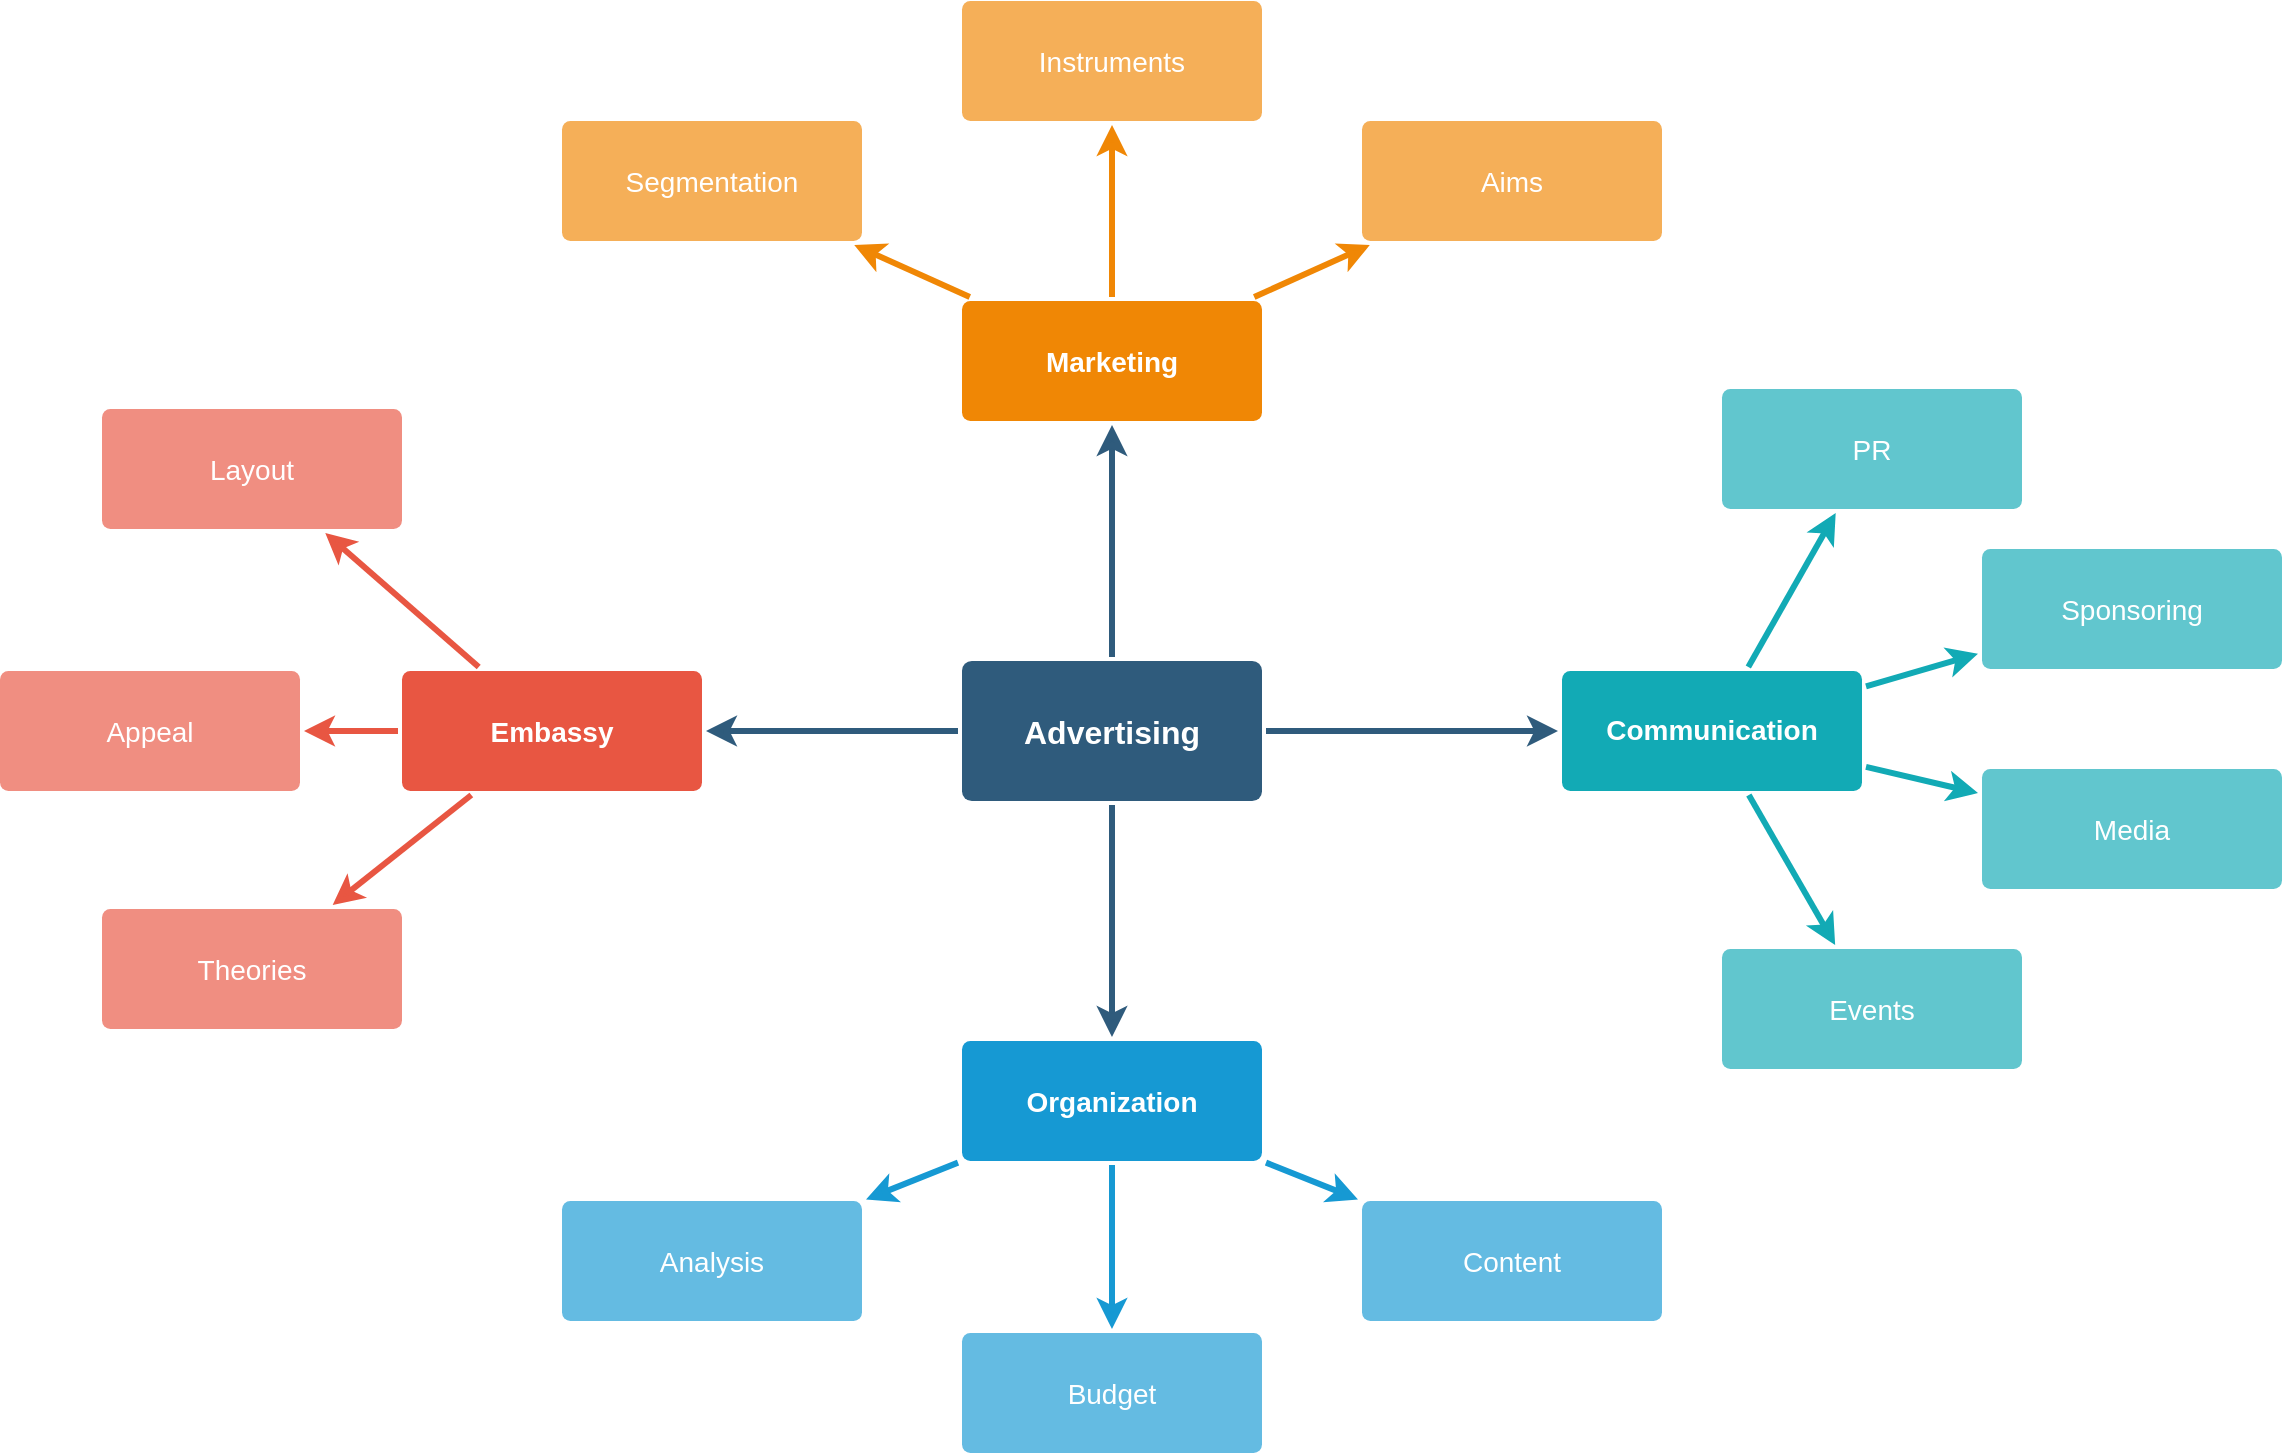
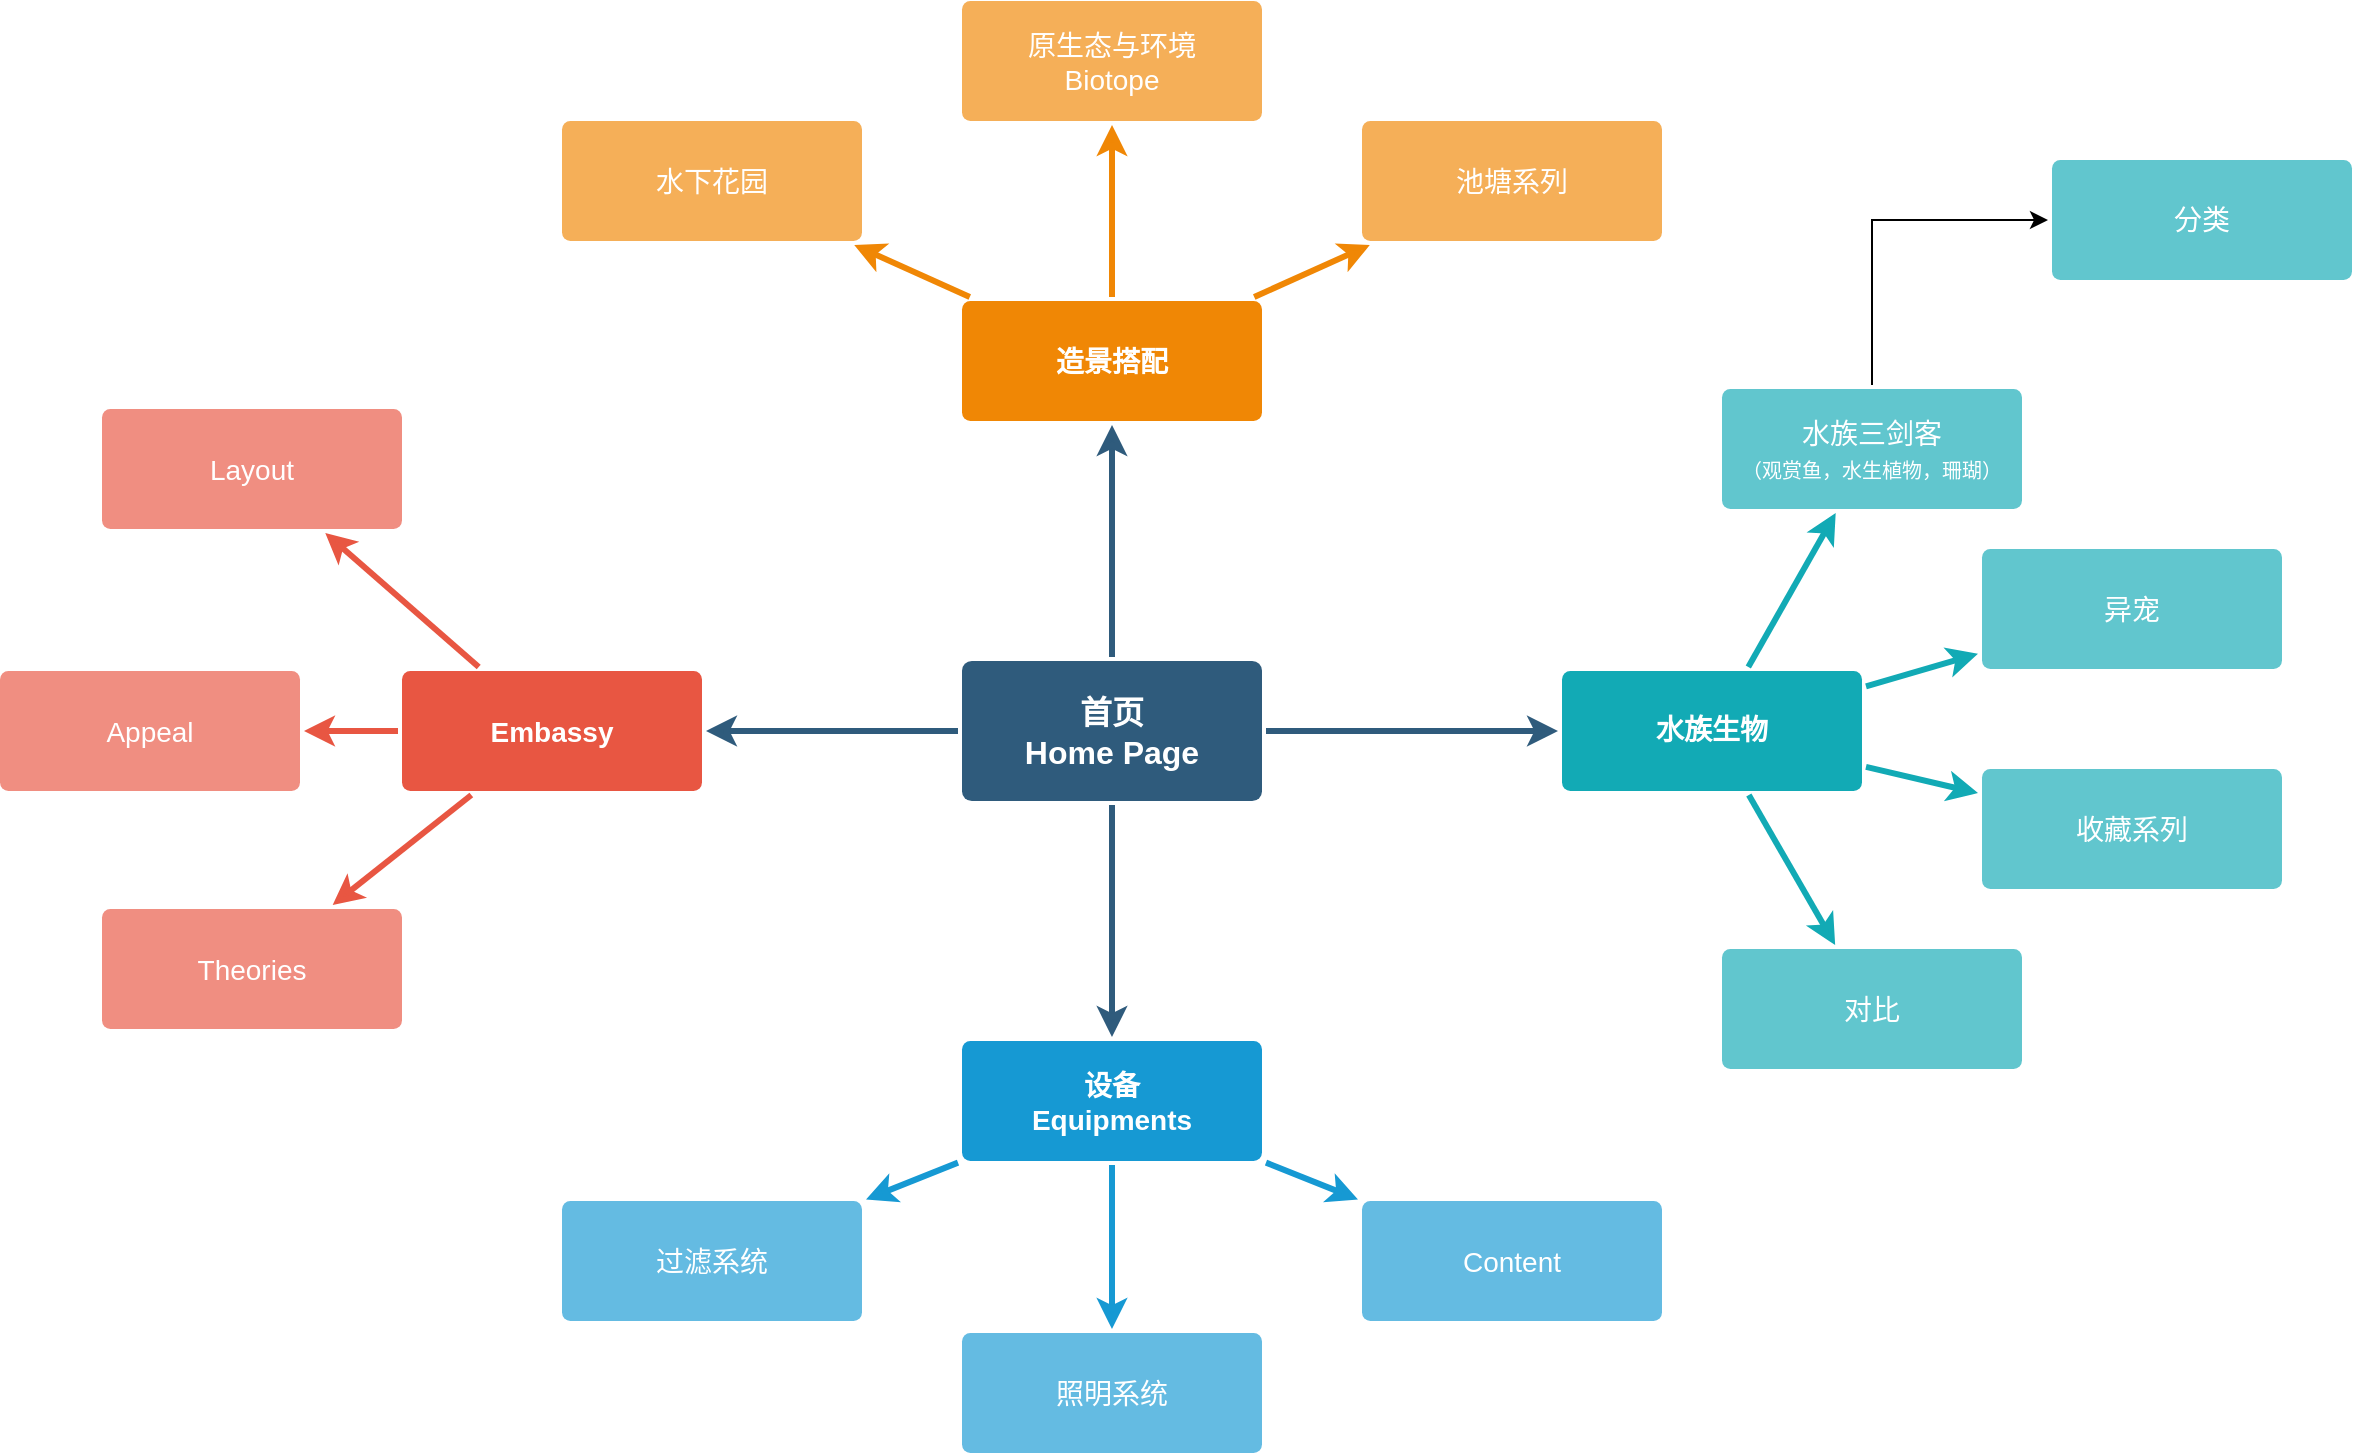
<mxfile host="app.diagrams.net" agent="Mozilla/5.0 (Windows NT 10.0; Win64; x64) AppleWebKit/537.36 (KHTML, like Gecko) Chrome/142.0.0.0 Safari/537.36 Edg/142.0.0.0" version="29.2.3">
  <diagram id="6a731a19-8d31-9384-78a2-239565b7b9f0" name="Page-1">
-     <mxGraphModel dx="1408" dy="748" grid="1" gridSize="10" guides="1" tooltips="1" connect="1" arrows="1" fold="1" page="1" pageScale="1" pageWidth="1169" pageHeight="827" background="none" math="0" shadow="0">
+     <mxGraphModel dx="1615" dy="897" grid="1" gridSize="10" guides="1" tooltips="1" connect="1" arrows="1" fold="1" page="1" pageScale="1" pageWidth="1169" pageHeight="827" background="none" math="0" shadow="0">
      <root>
        <mxCell id="0" />
        <mxCell id="1" parent="0" />
-         <mxCell id="1745" value="" style="edgeStyle=none;rounded=0;jumpStyle=none;html=1;shadow=0;labelBackgroundColor=none;startArrow=none;startFill=0;endArrow=classic;endFill=1;jettySize=auto;orthogonalLoop=1;strokeColor=#2F5B7C;strokeWidth=3;fontFamily=Helvetica;fontSize=16;fontColor=#23445D;spacing=5;" parent="1" source="1749" target="1764" edge="1">
+         <mxCell id="1745" edge="1" parent="1" source="1749" style="edgeStyle=none;rounded=0;jumpStyle=none;html=1;shadow=0;labelBackgroundColor=none;startArrow=none;startFill=0;endArrow=classic;endFill=1;jettySize=auto;orthogonalLoop=1;strokeColor=#2F5B7C;strokeWidth=3;fontFamily=Helvetica;fontSize=16;fontColor=#23445D;spacing=5;" target="1764" value="">
          <mxGeometry relative="1" as="geometry" />
        </mxCell>
-         <mxCell id="1746" value="" style="edgeStyle=none;rounded=0;jumpStyle=none;html=1;shadow=0;labelBackgroundColor=none;startArrow=none;startFill=0;endArrow=classic;endFill=1;jettySize=auto;orthogonalLoop=1;strokeColor=#2F5B7C;strokeWidth=3;fontFamily=Helvetica;fontSize=16;fontColor=#23445D;spacing=5;" parent="1" source="1749" target="1771" edge="1">
+         <mxCell id="1746" edge="1" parent="1" source="1749" style="edgeStyle=none;rounded=0;jumpStyle=none;html=1;shadow=0;labelBackgroundColor=none;startArrow=none;startFill=0;endArrow=classic;endFill=1;jettySize=auto;orthogonalLoop=1;strokeColor=#2F5B7C;strokeWidth=3;fontFamily=Helvetica;fontSize=16;fontColor=#23445D;spacing=5;" target="1771" value="">
          <mxGeometry relative="1" as="geometry" />
        </mxCell>
-         <mxCell id="1747" value="" style="edgeStyle=none;rounded=0;jumpStyle=none;html=1;shadow=0;labelBackgroundColor=none;startArrow=none;startFill=0;endArrow=classic;endFill=1;jettySize=auto;orthogonalLoop=1;strokeColor=#2F5B7C;strokeWidth=3;fontFamily=Helvetica;fontSize=16;fontColor=#23445D;spacing=5;" parent="1" source="1749" target="1760" edge="1">
+         <mxCell id="1747" edge="1" parent="1" source="1749" style="edgeStyle=none;rounded=0;jumpStyle=none;html=1;shadow=0;labelBackgroundColor=none;startArrow=none;startFill=0;endArrow=classic;endFill=1;jettySize=auto;orthogonalLoop=1;strokeColor=#2F5B7C;strokeWidth=3;fontFamily=Helvetica;fontSize=16;fontColor=#23445D;spacing=5;" target="1760" value="">
          <mxGeometry relative="1" as="geometry" />
        </mxCell>
-         <mxCell id="1748" value="" style="edgeStyle=none;rounded=0;jumpStyle=none;html=1;shadow=0;labelBackgroundColor=none;startArrow=none;startFill=0;endArrow=classic;endFill=1;jettySize=auto;orthogonalLoop=1;strokeColor=#2F5B7C;strokeWidth=3;fontFamily=Helvetica;fontSize=16;fontColor=#23445D;spacing=5;" parent="1" source="1749" target="1753" edge="1">
+         <mxCell id="1748" edge="1" parent="1" source="1749" style="edgeStyle=none;rounded=0;jumpStyle=none;html=1;shadow=0;labelBackgroundColor=none;startArrow=none;startFill=0;endArrow=classic;endFill=1;jettySize=auto;orthogonalLoop=1;strokeColor=#2F5B7C;strokeWidth=3;fontFamily=Helvetica;fontSize=16;fontColor=#23445D;spacing=5;" target="1753" value="">
          <mxGeometry relative="1" as="geometry" />
        </mxCell>
-         <mxCell id="1749" value="Advertising" style="rounded=1;whiteSpace=wrap;html=1;shadow=0;labelBackgroundColor=none;strokeColor=none;strokeWidth=3;fillColor=#2F5B7C;fontFamily=Helvetica;fontSize=16;fontColor=#FFFFFF;align=center;fontStyle=1;spacing=5;arcSize=7;perimeterSpacing=2;" parent="1" vertex="1">
-           <mxGeometry x="495" y="380.5" width="150" height="70" as="geometry" />
+         <mxCell id="1749" parent="1" style="rounded=1;whiteSpace=wrap;html=1;shadow=0;labelBackgroundColor=none;strokeColor=none;strokeWidth=3;fillColor=#2F5B7C;fontFamily=Helvetica;fontSize=16;fontColor=#FFFFFF;align=center;fontStyle=1;spacing=5;arcSize=7;perimeterSpacing=2;" value="首页&lt;div&gt;Home Page&lt;/div&gt;" vertex="1">
+           <mxGeometry height="70" width="150" x="495" y="380.5" as="geometry" />
        </mxCell>
-         <mxCell id="1750" value="" style="edgeStyle=none;rounded=1;jumpStyle=none;html=1;shadow=0;labelBackgroundColor=none;startArrow=none;startFill=0;jettySize=auto;orthogonalLoop=1;strokeColor=#E85642;strokeWidth=3;fontFamily=Helvetica;fontSize=14;fontColor=#FFFFFF;spacing=5;fontStyle=1;fillColor=#b0e3e6;" parent="1" source="1753" target="1756" edge="1">
+         <mxCell id="1750" edge="1" parent="1" source="1753" style="edgeStyle=none;rounded=1;jumpStyle=none;html=1;shadow=0;labelBackgroundColor=none;startArrow=none;startFill=0;jettySize=auto;orthogonalLoop=1;strokeColor=#E85642;strokeWidth=3;fontFamily=Helvetica;fontSize=14;fontColor=#FFFFFF;spacing=5;fontStyle=1;fillColor=#b0e3e6;" target="1756" value="">
          <mxGeometry relative="1" as="geometry" />
        </mxCell>
-         <mxCell id="1751" value="" style="edgeStyle=none;rounded=1;jumpStyle=none;html=1;shadow=0;labelBackgroundColor=none;startArrow=none;startFill=0;jettySize=auto;orthogonalLoop=1;strokeColor=#E85642;strokeWidth=3;fontFamily=Helvetica;fontSize=14;fontColor=#FFFFFF;spacing=5;fontStyle=1;fillColor=#b0e3e6;" parent="1" source="1753" target="1755" edge="1">
+         <mxCell id="1751" edge="1" parent="1" source="1753" style="edgeStyle=none;rounded=1;jumpStyle=none;html=1;shadow=0;labelBackgroundColor=none;startArrow=none;startFill=0;jettySize=auto;orthogonalLoop=1;strokeColor=#E85642;strokeWidth=3;fontFamily=Helvetica;fontSize=14;fontColor=#FFFFFF;spacing=5;fontStyle=1;fillColor=#b0e3e6;" target="1755" value="">
          <mxGeometry relative="1" as="geometry" />
        </mxCell>
-         <mxCell id="1752" value="" style="edgeStyle=none;rounded=1;jumpStyle=none;html=1;shadow=0;labelBackgroundColor=none;startArrow=none;startFill=0;jettySize=auto;orthogonalLoop=1;strokeColor=#E85642;strokeWidth=3;fontFamily=Helvetica;fontSize=14;fontColor=#FFFFFF;spacing=5;fontStyle=1;fillColor=#b0e3e6;" parent="1" source="1753" target="1754" edge="1">
+         <mxCell id="1752" edge="1" parent="1" source="1753" style="edgeStyle=none;rounded=1;jumpStyle=none;html=1;shadow=0;labelBackgroundColor=none;startArrow=none;startFill=0;jettySize=auto;orthogonalLoop=1;strokeColor=#E85642;strokeWidth=3;fontFamily=Helvetica;fontSize=14;fontColor=#FFFFFF;spacing=5;fontStyle=1;fillColor=#b0e3e6;" target="1754" value="">
          <mxGeometry relative="1" as="geometry" />
        </mxCell>
-         <mxCell id="1753" value="Embassy" style="rounded=1;whiteSpace=wrap;html=1;shadow=0;labelBackgroundColor=none;strokeColor=none;strokeWidth=3;fillColor=#e85642;fontFamily=Helvetica;fontSize=14;fontColor=#FFFFFF;align=center;spacing=5;fontStyle=1;arcSize=7;perimeterSpacing=2;" parent="1" vertex="1">
-           <mxGeometry x="215" y="385.5" width="150" height="60" as="geometry" />
+         <mxCell id="1753" parent="1" style="rounded=1;whiteSpace=wrap;html=1;shadow=0;labelBackgroundColor=none;strokeColor=none;strokeWidth=3;fillColor=#e85642;fontFamily=Helvetica;fontSize=14;fontColor=#FFFFFF;align=center;spacing=5;fontStyle=1;arcSize=7;perimeterSpacing=2;" value="Embassy" vertex="1">
+           <mxGeometry height="60" width="150" x="215" y="385.5" as="geometry" />
        </mxCell>
-         <mxCell id="1754" value="Theories" style="rounded=1;whiteSpace=wrap;html=1;shadow=0;labelBackgroundColor=none;strokeColor=none;strokeWidth=3;fillColor=#f08e81;fontFamily=Helvetica;fontSize=14;fontColor=#FFFFFF;align=center;spacing=5;fontStyle=0;arcSize=7;perimeterSpacing=2;" parent="1" vertex="1">
-           <mxGeometry x="65" y="504.5" width="150" height="60" as="geometry" />
+         <mxCell id="1754" parent="1" style="rounded=1;whiteSpace=wrap;html=1;shadow=0;labelBackgroundColor=none;strokeColor=none;strokeWidth=3;fillColor=#f08e81;fontFamily=Helvetica;fontSize=14;fontColor=#FFFFFF;align=center;spacing=5;fontStyle=0;arcSize=7;perimeterSpacing=2;" value="Theories" vertex="1">
+           <mxGeometry height="60" width="150" x="65" y="504.5" as="geometry" />
        </mxCell>
-         <mxCell id="1755" value="Appeal" style="rounded=1;whiteSpace=wrap;html=1;shadow=0;labelBackgroundColor=none;strokeColor=none;strokeWidth=3;fillColor=#f08e81;fontFamily=Helvetica;fontSize=14;fontColor=#FFFFFF;align=center;spacing=5;fontStyle=0;arcSize=7;perimeterSpacing=2;" parent="1" vertex="1">
-           <mxGeometry x="14" y="385.5" width="150" height="60" as="geometry" />
+         <mxCell id="1755" parent="1" style="rounded=1;whiteSpace=wrap;html=1;shadow=0;labelBackgroundColor=none;strokeColor=none;strokeWidth=3;fillColor=#f08e81;fontFamily=Helvetica;fontSize=14;fontColor=#FFFFFF;align=center;spacing=5;fontStyle=0;arcSize=7;perimeterSpacing=2;" value="Appeal" vertex="1">
+           <mxGeometry height="60" width="150" x="14" y="385.5" as="geometry" />
        </mxCell>
-         <mxCell id="1756" value="Layout" style="rounded=1;whiteSpace=wrap;html=1;shadow=0;labelBackgroundColor=none;strokeColor=none;strokeWidth=3;fillColor=#f08e81;fontFamily=Helvetica;fontSize=14;fontColor=#FFFFFF;align=center;spacing=5;fontStyle=0;arcSize=7;perimeterSpacing=2;" parent="1" vertex="1">
-           <mxGeometry x="65" y="254.5" width="150" height="60" as="geometry" />
+         <mxCell id="1756" parent="1" style="rounded=1;whiteSpace=wrap;html=1;shadow=0;labelBackgroundColor=none;strokeColor=none;strokeWidth=3;fillColor=#f08e81;fontFamily=Helvetica;fontSize=14;fontColor=#FFFFFF;align=center;spacing=5;fontStyle=0;arcSize=7;perimeterSpacing=2;" value="Layout" vertex="1">
+           <mxGeometry height="60" width="150" x="65" y="254.5" as="geometry" />
        </mxCell>
-         <mxCell id="1757" value="" style="edgeStyle=none;rounded=0;jumpStyle=none;html=1;shadow=0;labelBackgroundColor=none;startArrow=none;startFill=0;endArrow=classic;endFill=1;jettySize=auto;orthogonalLoop=1;strokeColor=#1699D3;strokeWidth=3;fontFamily=Helvetica;fontSize=14;fontColor=#FFFFFF;spacing=5;" parent="1" source="1760" target="1763" edge="1">
+         <mxCell id="1757" edge="1" parent="1" source="1760" style="edgeStyle=none;rounded=0;jumpStyle=none;html=1;shadow=0;labelBackgroundColor=none;startArrow=none;startFill=0;endArrow=classic;endFill=1;jettySize=auto;orthogonalLoop=1;strokeColor=#1699D3;strokeWidth=3;fontFamily=Helvetica;fontSize=14;fontColor=#FFFFFF;spacing=5;" target="1763" value="">
          <mxGeometry relative="1" as="geometry" />
        </mxCell>
-         <mxCell id="1758" value="" style="edgeStyle=none;rounded=0;jumpStyle=none;html=1;shadow=0;labelBackgroundColor=none;startArrow=none;startFill=0;endArrow=classic;endFill=1;jettySize=auto;orthogonalLoop=1;strokeColor=#1699D3;strokeWidth=3;fontFamily=Helvetica;fontSize=14;fontColor=#FFFFFF;spacing=5;" parent="1" source="1760" target="1762" edge="1">
+         <mxCell id="1758" edge="1" parent="1" source="1760" style="edgeStyle=none;rounded=0;jumpStyle=none;html=1;shadow=0;labelBackgroundColor=none;startArrow=none;startFill=0;endArrow=classic;endFill=1;jettySize=auto;orthogonalLoop=1;strokeColor=#1699D3;strokeWidth=3;fontFamily=Helvetica;fontSize=14;fontColor=#FFFFFF;spacing=5;" target="1762" value="">
          <mxGeometry relative="1" as="geometry" />
        </mxCell>
-         <mxCell id="1759" value="" style="edgeStyle=none;rounded=0;jumpStyle=none;html=1;shadow=0;labelBackgroundColor=none;startArrow=none;startFill=0;endArrow=classic;endFill=1;jettySize=auto;orthogonalLoop=1;strokeColor=#1699D3;strokeWidth=3;fontFamily=Helvetica;fontSize=14;fontColor=#FFFFFF;spacing=5;" parent="1" source="1760" target="1761" edge="1">
+         <mxCell id="1759" edge="1" parent="1" source="1760" style="edgeStyle=none;rounded=0;jumpStyle=none;html=1;shadow=0;labelBackgroundColor=none;startArrow=none;startFill=0;endArrow=classic;endFill=1;jettySize=auto;orthogonalLoop=1;strokeColor=#1699D3;strokeWidth=3;fontFamily=Helvetica;fontSize=14;fontColor=#FFFFFF;spacing=5;" target="1761" value="">
          <mxGeometry relative="1" as="geometry" />
        </mxCell>
-         <mxCell id="1760" value="Organization" style="rounded=1;whiteSpace=wrap;html=1;shadow=0;labelBackgroundColor=none;strokeColor=none;strokeWidth=3;fillColor=#1699d3;fontFamily=Helvetica;fontSize=14;fontColor=#FFFFFF;align=center;spacing=5;fontStyle=1;arcSize=7;perimeterSpacing=2;" parent="1" vertex="1">
-           <mxGeometry x="495" y="570.5" width="150" height="60" as="geometry" />
+         <mxCell id="1760" parent="1" style="rounded=1;whiteSpace=wrap;html=1;shadow=0;labelBackgroundColor=none;strokeColor=none;strokeWidth=3;fillColor=#1699d3;fontFamily=Helvetica;fontSize=14;fontColor=#FFFFFF;align=center;spacing=5;fontStyle=1;arcSize=7;perimeterSpacing=2;" value="设备&lt;div&gt;Equipments&lt;/div&gt;" vertex="1">
+           <mxGeometry height="60" width="150" x="495" y="570.5" as="geometry" />
        </mxCell>
-         <mxCell id="1761" value="Content" style="rounded=1;whiteSpace=wrap;html=1;shadow=0;labelBackgroundColor=none;strokeColor=none;strokeWidth=3;fillColor=#64bbe2;fontFamily=Helvetica;fontSize=14;fontColor=#FFFFFF;align=center;spacing=5;arcSize=7;perimeterSpacing=2;" parent="1" vertex="1">
-           <mxGeometry x="695" y="650.5" width="150" height="60" as="geometry" />
+         <mxCell id="1761" parent="1" style="rounded=1;whiteSpace=wrap;html=1;shadow=0;labelBackgroundColor=none;strokeColor=none;strokeWidth=3;fillColor=#64bbe2;fontFamily=Helvetica;fontSize=14;fontColor=#FFFFFF;align=center;spacing=5;arcSize=7;perimeterSpacing=2;" value="Content" vertex="1">
+           <mxGeometry height="60" width="150" x="695" y="650.5" as="geometry" />
        </mxCell>
-         <mxCell id="1762" value="Budget" style="rounded=1;whiteSpace=wrap;html=1;shadow=0;labelBackgroundColor=none;strokeColor=none;strokeWidth=3;fillColor=#64bbe2;fontFamily=Helvetica;fontSize=14;fontColor=#FFFFFF;align=center;spacing=5;arcSize=7;perimeterSpacing=2;" parent="1" vertex="1">
-           <mxGeometry x="495" y="716.5" width="150" height="60" as="geometry" />
+         <mxCell id="1762" parent="1" style="rounded=1;whiteSpace=wrap;html=1;shadow=0;labelBackgroundColor=none;strokeColor=none;strokeWidth=3;fillColor=#64bbe2;fontFamily=Helvetica;fontSize=14;fontColor=#FFFFFF;align=center;spacing=5;arcSize=7;perimeterSpacing=2;" value="照明系统" vertex="1">
+           <mxGeometry height="60" width="150" x="495" y="716.5" as="geometry" />
        </mxCell>
-         <mxCell id="1763" value="Analysis" style="rounded=1;whiteSpace=wrap;html=1;shadow=0;labelBackgroundColor=none;strokeColor=none;strokeWidth=3;fillColor=#64bbe2;fontFamily=Helvetica;fontSize=14;fontColor=#FFFFFF;align=center;spacing=5;arcSize=7;perimeterSpacing=2;" parent="1" vertex="1">
-           <mxGeometry x="295" y="650.5" width="150" height="60" as="geometry" />
+         <mxCell id="1763" parent="1" style="rounded=1;whiteSpace=wrap;html=1;shadow=0;labelBackgroundColor=none;strokeColor=none;strokeWidth=3;fillColor=#64bbe2;fontFamily=Helvetica;fontSize=14;fontColor=#FFFFFF;align=center;spacing=5;arcSize=7;perimeterSpacing=2;" value="过滤系统" vertex="1">
+           <mxGeometry height="60" width="150" x="295" y="650.5" as="geometry" />
        </mxCell>
-         <mxCell id="1764" value="Marketing" style="rounded=1;whiteSpace=wrap;html=1;shadow=0;labelBackgroundColor=none;strokeColor=none;strokeWidth=3;fillColor=#F08705;fontFamily=Helvetica;fontSize=14;fontColor=#FFFFFF;align=center;spacing=5;fontStyle=1;arcSize=7;perimeterSpacing=2;" parent="1" vertex="1">
-           <mxGeometry x="495" y="200.5" width="150" height="60" as="geometry" />
+         <mxCell id="1764" parent="1" style="rounded=1;whiteSpace=wrap;html=1;shadow=0;labelBackgroundColor=none;strokeColor=none;strokeWidth=3;fillColor=#F08705;fontFamily=Helvetica;fontSize=14;fontColor=#FFFFFF;align=center;spacing=5;fontStyle=1;arcSize=7;perimeterSpacing=2;" value="造景搭配" vertex="1">
+           <mxGeometry height="60" width="150" x="495" y="200.5" as="geometry" />
        </mxCell>
-         <mxCell id="1765" value="Aims&lt;br&gt;" style="rounded=1;whiteSpace=wrap;html=1;shadow=0;labelBackgroundColor=none;strokeColor=none;strokeWidth=3;fillColor=#f5af58;fontFamily=Helvetica;fontSize=14;fontColor=#FFFFFF;align=center;spacing=5;arcSize=7;perimeterSpacing=2;" parent="1" vertex="1">
-           <mxGeometry x="695" y="110.5" width="150" height="60" as="geometry" />
+         <mxCell id="1765" parent="1" style="rounded=1;whiteSpace=wrap;html=1;shadow=0;labelBackgroundColor=none;strokeColor=none;strokeWidth=3;fillColor=#f5af58;fontFamily=Helvetica;fontSize=14;fontColor=#FFFFFF;align=center;spacing=5;arcSize=7;perimeterSpacing=2;" value="池塘系列" vertex="1">
+           <mxGeometry height="60" width="150" x="695" y="110.5" as="geometry" />
        </mxCell>
-         <mxCell id="1766" value="" style="edgeStyle=none;rounded=0;jumpStyle=none;html=1;shadow=0;labelBackgroundColor=none;startArrow=none;startFill=0;endArrow=classic;endFill=1;jettySize=auto;orthogonalLoop=1;strokeColor=#F08705;strokeWidth=3;fontFamily=Helvetica;fontSize=14;fontColor=#FFFFFF;spacing=5;" parent="1" source="1764" target="1765" edge="1">
+         <mxCell id="1766" edge="1" parent="1" source="1764" style="edgeStyle=none;rounded=0;jumpStyle=none;html=1;shadow=0;labelBackgroundColor=none;startArrow=none;startFill=0;endArrow=classic;endFill=1;jettySize=auto;orthogonalLoop=1;strokeColor=#F08705;strokeWidth=3;fontFamily=Helvetica;fontSize=14;fontColor=#FFFFFF;spacing=5;" target="1765" value="">
          <mxGeometry relative="1" as="geometry" />
        </mxCell>
-         <mxCell id="1767" value="Instruments" style="rounded=1;whiteSpace=wrap;html=1;shadow=0;labelBackgroundColor=none;strokeColor=none;strokeWidth=3;fillColor=#f5af58;fontFamily=Helvetica;fontSize=14;fontColor=#FFFFFF;align=center;spacing=5;arcSize=7;perimeterSpacing=2;" parent="1" vertex="1">
-           <mxGeometry x="495" y="50.5" width="150" height="60" as="geometry" />
+         <mxCell id="1767" parent="1" style="rounded=1;whiteSpace=wrap;html=1;shadow=0;labelBackgroundColor=none;strokeColor=none;strokeWidth=3;fillColor=#f5af58;fontFamily=Helvetica;fontSize=14;fontColor=#FFFFFF;align=center;spacing=5;arcSize=7;perimeterSpacing=2;" value="原生态与环境&lt;div&gt;Biotope&lt;/div&gt;" vertex="1">
+           <mxGeometry height="60" width="150" x="495" y="50.5" as="geometry" />
        </mxCell>
-         <mxCell id="1768" value="" style="edgeStyle=none;rounded=0;jumpStyle=none;html=1;shadow=0;labelBackgroundColor=none;startArrow=none;startFill=0;endArrow=classic;endFill=1;jettySize=auto;orthogonalLoop=1;strokeColor=#F08705;strokeWidth=3;fontFamily=Helvetica;fontSize=14;fontColor=#FFFFFF;spacing=5;" parent="1" source="1764" target="1767" edge="1">
+         <mxCell id="1768" edge="1" parent="1" source="1764" style="edgeStyle=none;rounded=0;jumpStyle=none;html=1;shadow=0;labelBackgroundColor=none;startArrow=none;startFill=0;endArrow=classic;endFill=1;jettySize=auto;orthogonalLoop=1;strokeColor=#F08705;strokeWidth=3;fontFamily=Helvetica;fontSize=14;fontColor=#FFFFFF;spacing=5;" target="1767" value="">
          <mxGeometry relative="1" as="geometry" />
        </mxCell>
-         <mxCell id="1769" value="Segmentation" style="rounded=1;whiteSpace=wrap;html=1;shadow=0;labelBackgroundColor=none;strokeColor=none;strokeWidth=3;fillColor=#f5af58;fontFamily=Helvetica;fontSize=14;fontColor=#FFFFFF;align=center;spacing=5;arcSize=7;perimeterSpacing=2;" parent="1" vertex="1">
-           <mxGeometry x="295" y="110.5" width="150" height="60" as="geometry" />
+         <mxCell id="1769" parent="1" style="rounded=1;whiteSpace=wrap;html=1;shadow=0;labelBackgroundColor=none;strokeColor=none;strokeWidth=3;fillColor=#f5af58;fontFamily=Helvetica;fontSize=14;fontColor=#FFFFFF;align=center;spacing=5;arcSize=7;perimeterSpacing=2;" value="水下花园" vertex="1">
+           <mxGeometry height="60" width="150" x="295" y="110.5" as="geometry" />
        </mxCell>
-         <mxCell id="1770" value="" style="edgeStyle=none;rounded=0;jumpStyle=none;html=1;shadow=0;labelBackgroundColor=none;startArrow=none;startFill=0;endArrow=classic;endFill=1;jettySize=auto;orthogonalLoop=1;strokeColor=#F08705;strokeWidth=3;fontFamily=Helvetica;fontSize=14;fontColor=#FFFFFF;spacing=5;" parent="1" source="1764" target="1769" edge="1">
+         <mxCell id="1770" edge="1" parent="1" source="1764" style="edgeStyle=none;rounded=0;jumpStyle=none;html=1;shadow=0;labelBackgroundColor=none;startArrow=none;startFill=0;endArrow=classic;endFill=1;jettySize=auto;orthogonalLoop=1;strokeColor=#F08705;strokeWidth=3;fontFamily=Helvetica;fontSize=14;fontColor=#FFFFFF;spacing=5;" target="1769" value="">
          <mxGeometry relative="1" as="geometry" />
        </mxCell>
-         <mxCell id="1771" value="Communication" style="rounded=1;whiteSpace=wrap;html=1;shadow=0;labelBackgroundColor=none;strokeColor=none;strokeWidth=3;fillColor=#12aab5;fontFamily=Helvetica;fontSize=14;fontColor=#FFFFFF;align=center;spacing=5;fontStyle=1;arcSize=7;perimeterSpacing=2;" parent="1" vertex="1">
-           <mxGeometry x="795" y="385.4999999999999" width="150" height="60" as="geometry" />
+         <mxCell id="1771" parent="1" style="rounded=1;whiteSpace=wrap;html=1;shadow=0;labelBackgroundColor=none;strokeColor=none;strokeWidth=3;fillColor=#12aab5;fontFamily=Helvetica;fontSize=14;fontColor=#FFFFFF;align=center;spacing=5;fontStyle=1;arcSize=7;perimeterSpacing=2;" value="水族生物" vertex="1">
+           <mxGeometry height="60" width="150" x="795" y="385.4999999999999" as="geometry" />
        </mxCell>
-         <mxCell id="1772" value="Events" style="rounded=1;whiteSpace=wrap;html=1;shadow=0;labelBackgroundColor=none;strokeColor=none;strokeWidth=3;fillColor=#61c6ce;fontFamily=Helvetica;fontSize=14;fontColor=#FFFFFF;align=center;spacing=5;fontStyle=0;arcSize=7;perimeterSpacing=2;" parent="1" vertex="1">
-           <mxGeometry x="875" y="524.5" width="150" height="60" as="geometry" />
+         <mxCell id="1772" parent="1" style="rounded=1;whiteSpace=wrap;html=1;shadow=0;labelBackgroundColor=none;strokeColor=none;strokeWidth=3;fillColor=#61c6ce;fontFamily=Helvetica;fontSize=14;fontColor=#FFFFFF;align=center;spacing=5;fontStyle=0;arcSize=7;perimeterSpacing=2;" value="对比" vertex="1">
+           <mxGeometry height="60" width="150" x="875" y="524.5" as="geometry" />
        </mxCell>
-         <mxCell id="1773" value="" style="edgeStyle=none;rounded=1;jumpStyle=none;html=1;shadow=0;labelBackgroundColor=none;startArrow=none;startFill=0;jettySize=auto;orthogonalLoop=1;strokeColor=#12AAB5;strokeWidth=3;fontFamily=Helvetica;fontSize=14;fontColor=#FFFFFF;spacing=5;fontStyle=1;fillColor=#b0e3e6;" parent="1" source="1771" target="1772" edge="1">
+         <mxCell id="1773" edge="1" parent="1" source="1771" style="edgeStyle=none;rounded=1;jumpStyle=none;html=1;shadow=0;labelBackgroundColor=none;startArrow=none;startFill=0;jettySize=auto;orthogonalLoop=1;strokeColor=#12AAB5;strokeWidth=3;fontFamily=Helvetica;fontSize=14;fontColor=#FFFFFF;spacing=5;fontStyle=1;fillColor=#b0e3e6;" target="1772" value="">
          <mxGeometry relative="1" as="geometry" />
        </mxCell>
-         <mxCell id="1774" value="Media" style="rounded=1;whiteSpace=wrap;html=1;shadow=0;labelBackgroundColor=none;strokeColor=none;strokeWidth=3;fillColor=#61c6ce;fontFamily=Helvetica;fontSize=14;fontColor=#FFFFFF;align=center;spacing=5;fontStyle=0;arcSize=7;perimeterSpacing=2;" parent="1" vertex="1">
-           <mxGeometry x="1005" y="434.5" width="150" height="60" as="geometry" />
+         <mxCell id="1774" parent="1" style="rounded=1;whiteSpace=wrap;html=1;shadow=0;labelBackgroundColor=none;strokeColor=none;strokeWidth=3;fillColor=#61c6ce;fontFamily=Helvetica;fontSize=14;fontColor=#FFFFFF;align=center;spacing=5;fontStyle=0;arcSize=7;perimeterSpacing=2;" value="收藏系列" vertex="1">
+           <mxGeometry height="60" width="150" x="1005" y="434.5" as="geometry" />
        </mxCell>
-         <mxCell id="1775" value="" style="edgeStyle=none;rounded=1;jumpStyle=none;html=1;shadow=0;labelBackgroundColor=none;startArrow=none;startFill=0;jettySize=auto;orthogonalLoop=1;strokeColor=#12AAB5;strokeWidth=3;fontFamily=Helvetica;fontSize=14;fontColor=#FFFFFF;spacing=5;fontStyle=1;fillColor=#b0e3e6;" parent="1" source="1771" target="1774" edge="1">
+         <mxCell id="1775" edge="1" parent="1" source="1771" style="edgeStyle=none;rounded=1;jumpStyle=none;html=1;shadow=0;labelBackgroundColor=none;startArrow=none;startFill=0;jettySize=auto;orthogonalLoop=1;strokeColor=#12AAB5;strokeWidth=3;fontFamily=Helvetica;fontSize=14;fontColor=#FFFFFF;spacing=5;fontStyle=1;fillColor=#b0e3e6;" target="1774" value="">
          <mxGeometry relative="1" as="geometry" />
        </mxCell>
-         <mxCell id="1776" value="Sponsoring" style="rounded=1;whiteSpace=wrap;html=1;shadow=0;labelBackgroundColor=none;strokeColor=none;strokeWidth=3;fillColor=#61c6ce;fontFamily=Helvetica;fontSize=14;fontColor=#FFFFFF;align=center;spacing=5;fontStyle=0;arcSize=7;perimeterSpacing=2;" parent="1" vertex="1">
-           <mxGeometry x="1005" y="324.5" width="150" height="60" as="geometry" />
+         <mxCell id="1776" parent="1" style="rounded=1;whiteSpace=wrap;html=1;shadow=0;labelBackgroundColor=none;strokeColor=none;strokeWidth=3;fillColor=#61c6ce;fontFamily=Helvetica;fontSize=14;fontColor=#FFFFFF;align=center;spacing=5;fontStyle=0;arcSize=7;perimeterSpacing=2;" value="异宠" vertex="1">
+           <mxGeometry height="60" width="150" x="1005" y="324.5" as="geometry" />
        </mxCell>
-         <mxCell id="1777" value="" style="edgeStyle=none;rounded=1;jumpStyle=none;html=1;shadow=0;labelBackgroundColor=none;startArrow=none;startFill=0;jettySize=auto;orthogonalLoop=1;strokeColor=#12AAB5;strokeWidth=3;fontFamily=Helvetica;fontSize=14;fontColor=#FFFFFF;spacing=5;fontStyle=1;fillColor=#b0e3e6;" parent="1" source="1771" target="1776" edge="1">
+         <mxCell id="1777" edge="1" parent="1" source="1771" style="edgeStyle=none;rounded=1;jumpStyle=none;html=1;shadow=0;labelBackgroundColor=none;startArrow=none;startFill=0;jettySize=auto;orthogonalLoop=1;strokeColor=#12AAB5;strokeWidth=3;fontFamily=Helvetica;fontSize=14;fontColor=#FFFFFF;spacing=5;fontStyle=1;fillColor=#b0e3e6;" target="1776" value="">
          <mxGeometry relative="1" as="geometry" />
        </mxCell>
-         <mxCell id="1778" value="PR" style="rounded=1;whiteSpace=wrap;html=1;shadow=0;labelBackgroundColor=none;strokeColor=none;strokeWidth=3;fillColor=#61c6ce;fontFamily=Helvetica;fontSize=14;fontColor=#FFFFFF;align=center;spacing=5;fontStyle=0;arcSize=7;perimeterSpacing=2;" parent="1" vertex="1">
-           <mxGeometry x="875" y="244.5" width="150" height="60" as="geometry" />
+         <mxCell id="BkkDlUfQEj4EhyBt65h_-1782" edge="1" parent="1" source="1778" style="edgeStyle=orthogonalEdgeStyle;rounded=0;orthogonalLoop=1;jettySize=auto;html=1;entryX=0;entryY=0.5;entryDx=0;entryDy=0;" target="BkkDlUfQEj4EhyBt65h_-1781">
+           <mxGeometry relative="1" as="geometry">
+             <Array as="points">
+               <mxPoint x="950" y="160" />
+             </Array>
+           </mxGeometry>
        </mxCell>
-         <mxCell id="1779" value="" style="edgeStyle=none;rounded=1;jumpStyle=none;html=1;shadow=0;labelBackgroundColor=none;startArrow=none;startFill=0;jettySize=auto;orthogonalLoop=1;strokeColor=#12AAB5;strokeWidth=3;fontFamily=Helvetica;fontSize=14;fontColor=#FFFFFF;spacing=5;fontStyle=1;fillColor=#b0e3e6;" parent="1" source="1771" target="1778" edge="1">
+         <mxCell id="1778" parent="1" style="rounded=1;whiteSpace=wrap;html=1;shadow=0;labelBackgroundColor=none;strokeColor=none;strokeWidth=3;fillColor=#61c6ce;fontFamily=Helvetica;fontSize=14;fontColor=#FFFFFF;align=center;spacing=5;fontStyle=0;arcSize=7;perimeterSpacing=2;" value="水族三剑客&lt;div&gt;&lt;font style=&quot;font-size: 10px;&quot;&gt;（观赏鱼，水生植物，珊瑚）&lt;/font&gt;&lt;/div&gt;" vertex="1">
+           <mxGeometry height="60" width="150" x="875" y="244.5" as="geometry" />
+         </mxCell>
+         <mxCell id="1779" edge="1" parent="1" source="1771" style="edgeStyle=none;rounded=1;jumpStyle=none;html=1;shadow=0;labelBackgroundColor=none;startArrow=none;startFill=0;jettySize=auto;orthogonalLoop=1;strokeColor=#12AAB5;strokeWidth=3;fontFamily=Helvetica;fontSize=14;fontColor=#FFFFFF;spacing=5;fontStyle=1;fillColor=#b0e3e6;" target="1778" value="">
          <mxGeometry relative="1" as="geometry" />
+         </mxCell>
+         <mxCell id="BkkDlUfQEj4EhyBt65h_-1781" parent="1" style="rounded=1;whiteSpace=wrap;html=1;shadow=0;labelBackgroundColor=none;strokeColor=none;strokeWidth=3;fillColor=#61c6ce;fontFamily=Helvetica;fontSize=14;fontColor=#FFFFFF;align=center;spacing=5;fontStyle=0;arcSize=7;perimeterSpacing=2;" value="分类" vertex="1">
+           <mxGeometry height="60" width="150" x="1040" y="130" as="geometry" />
        </mxCell>
      </root>
    </mxGraphModel>
  </diagram>
</mxfile>
